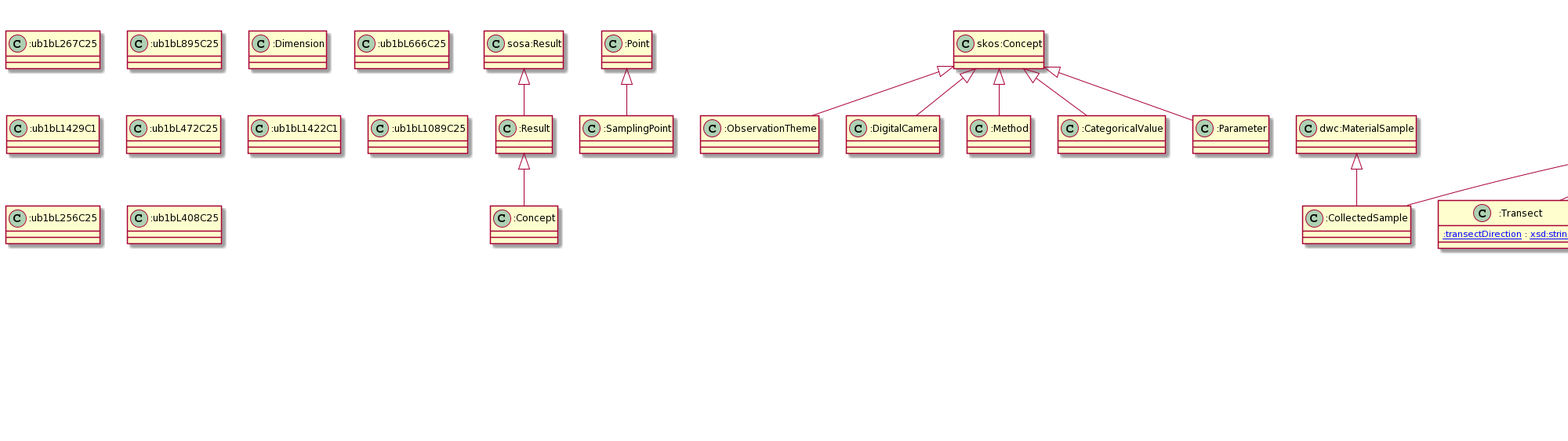
The PlantUML diagram docs/tern.ttl.txt.png in ternaustralia/ontology_tern, before a commit.
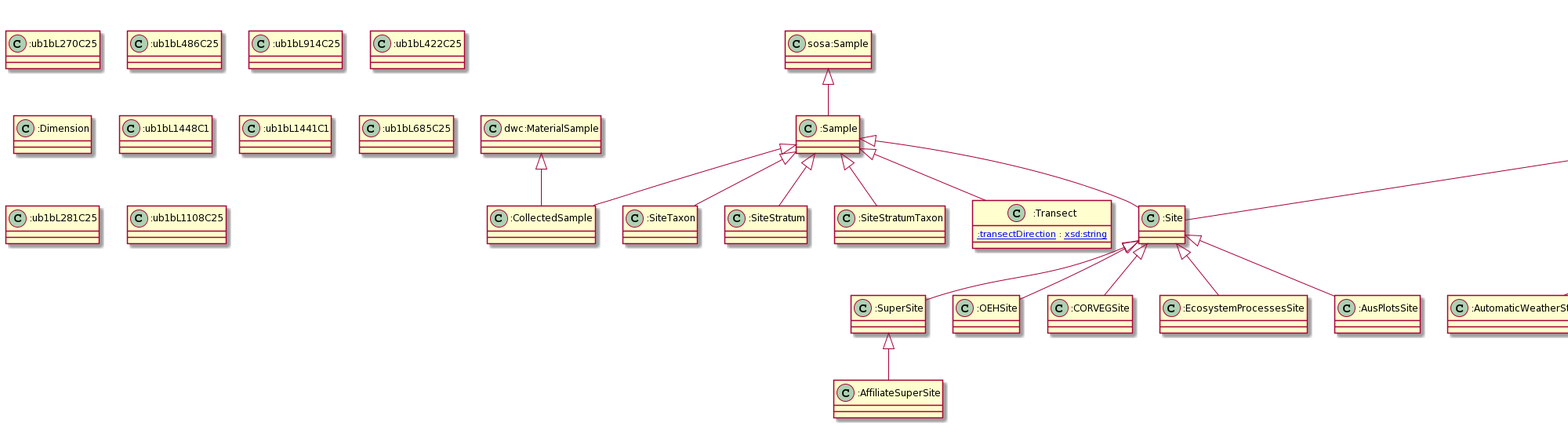
After the commit.

Commit message:
0.1.1 - Add tern:CosmOzStation

Change to the diagram source:
```diff
@@ -1,151 +1,157 @@
 @startuml
 title TERN Ontology
+":SuperSite" <|-- ":AffiliateSuperSite"
+":Observation" <|-- ":DerivedObservation"
+"skos:Concept" <|-- ":Method"
+"sosa:Sampling" <|-- ":Sampling"
+"prov:Activity" <|-- ":Sampling"
+"schema:PropertyValue" <|-- ":PropertyValue"
+":FixedPlatform" <|-- ":AutomaticWeatherStation"
+":Site" <|-- ":SuperSite"
+":Sample" <|-- ":CollectedSample"
+"dwc:MaterialSample" <|-- ":CollectedSample"
+":Platform" <|-- ":MobilePlatform"
+":Site" <|-- ":OEHSite"
+"sosa:FeatureOfInterest" <|-- ":EnvironmentalCharacteristic"
+":Platform" <|-- ":Site"
+":Sample" <|-- ":Site"
+"sosa:Sample" <|-- ":Sample"
+"skos:Concept" <|-- ":Parameter"
+":DerivedObservation" <|-- ":TERNDerivedObservation"
+":Result" <|-- ":Concept"
+":Site" <|-- ":CORVEGSite"
+"ssn:Input" <|-- ":Input"
+"sosa:Platform" <|-- ":Platform"
+"skos:Concept" <|-- ":CategoricalValue"
+"skos:Concept" <|-- ":ObservationTheme"
+":Site" <|-- ":EcosystemProcessesSite"
 "sosa:Result" <|-- ":Result"
 ":Point" <|-- ":SamplingPoint"
-"skos:Concept" <|-- ":ObservationTheme"
-"skos:Concept" <|-- ":DigitalCamera"
-":Site" <|-- ":AusPlotsSite"
-"sosa:ObservableProperty" <|-- ":ObservableProperty"
-"prov:Activity" <|-- ":Sampling"
-"sosa:Sampling" <|-- ":Sampling"
-"ssn:Input" <|-- ":Input"
-"sosa:Procedure" <|-- ":Procedure"
-":Sample" <|-- ":Transect"
-":Site" <|-- ":CORVEGSite"
-":Sample" <|-- ":SiteStratum"
-"sosa:Sampler" <|-- ":Sampler"
-"skos:Concept" <|-- ":Method"
-":Platform" <|-- ":MobilePlatform"
-":Result" <|-- ":Concept"
-"sosa:Platform" <|-- ":Platform"
-":Sampling" <|-- ":SoilSampling"
-":DerivedObservation" <|-- ":TERNDerivedObservation"
-":SuperSite" <|-- ":AffiliateSuperSite"
-":Site" <|-- ":OEHSite"
-":Site" <|-- ":EcosystemProcessesSite"
-":FixedPlatform" <|-- ":FluxTower"
-":Sample" <|-- ":CollectedSample"
-"dwc:MaterialSample" <|-- ":CollectedSample"
-"schema:PropertyValue" <|-- ":PropertyValue"
-"skos:Concept" <|-- ":CategoricalValue"
-"sosa:FeatureOfInterest" <|-- ":EnvironmentalCharacteristic"
-":Observation" <|-- ":DerivedObservation"
-":MobilePlatform" <|-- ":EarthObservationSatellite"
-":Sample" <|-- ":SiteStratumTaxon"
-":Site" <|-- ":SuperSite"
-":Platform" <|-- ":FixedPlatform"
-":FixedPlatform" <|-- ":AutomaticWeatherStation"
-":Platform" <|-- ":Site"
-":Sample" <|-- ":Site"
 "sosa:Observation" <|-- ":Observation"
 "prov:Activity" <|-- ":Observation"
-"skos:Concept" <|-- ":Parameter"
+":Sampling" <|-- ":SoilSampling"
+":Site" <|-- ":AusPlotsSite"
+":Sample" <|-- ":SiteTaxon"
+"skos:Concept" <|-- ":DigitalCamera"
+":MobilePlatform" <|-- ":EarthObservationSatellite"
+":FixedPlatform" <|-- ":CosmOzStation"
+"sosa:Sampler" <|-- ":Sampler"
+"sosa:Procedure" <|-- ":Procedure"
+":Platform" <|-- ":FixedPlatform"
+":FixedPlatform" <|-- ":Phenocam"
 "prov:Activity" <|-- ":SiteVisit"
-"sosa:Sample" <|-- ":Sample"
-":Sample" <|-- ":SiteTaxon"
-Class "dwc:MaterialSample" [[http://rs.tdwg.org/dwc/terms/MaterialSample]] {
+":Sample" <|-- ":SiteStratum"
+":FixedPlatform" <|-- ":FluxTower"
+":Sample" <|-- ":SiteStratumTaxon"
+":Sample" <|-- ":Transect"
+"sosa:ObservableProperty" <|-- ":ObservableProperty"
+Class ":AffiliateSuperSite" [[https://w3id.org/tern/ontologies/tern/AffiliateSuperSite]] {
+}
+Class ":DerivedObservation" [[https://w3id.org/tern/ontologies/tern/DerivedObservation]] {
+}
+Class ":Method" [[https://w3id.org/tern/ontologies/tern/Method]] {
+}
+Class ":Sampling" [[https://w3id.org/tern/ontologies/tern/Sampling]] {
+}
+Class ":PropertyValue" [[https://w3id.org/tern/ontologies/tern/PropertyValue]] {
+}
+Class ":AutomaticWeatherStation" [[https://w3id.org/tern/ontologies/tern/AutomaticWeatherStation]] {
+}
+Class ":SuperSite" [[https://w3id.org/tern/ontologies/tern/SuperSite]] {
+}
+Class ":ub1bL270C25" [[ub1bL270C25]] {
+}
+Class ":ub1bL486C25" [[ub1bL486C25]] {
+}
+Class ":CollectedSample" [[https://w3id.org/tern/ontologies/tern/CollectedSample]] {
+}
+Class ":MobilePlatform" [[https://w3id.org/tern/ontologies/tern/MobilePlatform]] {
+}
+Class ":ub1bL914C25" [[ub1bL914C25]] {
+}
+Class ":OEHSite" [[https://w3id.org/tern/ontologies/tern/OEHSite]] {
+}
+Class ":EnvironmentalCharacteristic" [[https://w3id.org/tern/ontologies/tern/EnvironmentalCharacteristic]] {
+}
+Class ":Site" [[https://w3id.org/tern/ontologies/tern/Site]] {
+}
+Class ":Sample" [[https://w3id.org/tern/ontologies/tern/Sample]] {
+}
+Class ":Parameter" [[https://w3id.org/tern/ontologies/tern/Parameter]] {
+}
+Class ":TERNDerivedObservation" [[https://w3id.org/tern/ontologies/tern/TERNDerivedObservation]] {
+}
+Class ":Concept" [[http://linked.data.gov.au/def/datatype/Concept]] {
+}
+Class ":CORVEGSite" [[https://w3id.org/tern/ontologies/tern/CORVEGSite]] {
+}
+Class ":Input" [[https://w3id.org/tern/ontologies/tern/Input]] {
+}
+Class ":Platform" [[https://w3id.org/tern/ontologies/tern/Platform]] {
+}
+Class ":CategoricalValue" [[https://w3id.org/tern/ontologies/tern/CategoricalValue]] {
+}
+Class ":ObservationTheme" [[https://w3id.org/tern/ontologies/tern/ObservationTheme]] {
+}
+Class ":EcosystemProcessesSite" [[https://w3id.org/tern/ontologies/tern/EcosystemProcessesSite]] {
 }
 Class ":Result" [[https://w3id.org/tern/ontologies/tern/Result]] {
 }
 Class ":SamplingPoint" [[https://w3id.org/tern/ontologies/tern/SamplingPoint]] {
 }
-Class ":ObservationTheme" [[https://w3id.org/tern/ontologies/tern/ObservationTheme]] {
+Class "dwc:MaterialSample" [[http://rs.tdwg.org/dwc/terms/MaterialSample]] {
+}
+Class ":ub1bL422C25" [[ub1bL422C25]] {
+}
+Class ":Dimension" [[https://w3id.org/tern/ontologies/tern/Dimension]] {
+}
+Class ":Observation" [[https://w3id.org/tern/ontologies/tern/Observation]] {
+}
+Class ":SoilSampling" [[https://w3id.org/tern/ontologies/tern/SoilSampling]] {
+}
+Class ":AusPlotsSite" [[https://w3id.org/tern/ontologies/tern/AusPlotsSite]] {
+}
+Class ":SiteTaxon" [[https://w3id.org/tern/ontologies/tern/SiteTaxon]] {
 }
 Class ":DigitalCamera" [[https://w3id.org/tern/ontologies/tern/DigitalCamera]] {
 }
-Class ":ub1bL267C25" [[ub1bL267C25]] {
+Class ":EarthObservationSatellite" [[https://w3id.org/tern/ontologies/tern/EarthObservationSatellite]] {
 }
-Class ":AusPlotsSite" [[https://w3id.org/tern/ontologies/tern/AusPlotsSite]] {
+Class ":ub1bL1448C1" [[ub1bL1448C1]] {
 }
-Class ":ObservableProperty" [[https://w3id.org/tern/ontologies/tern/ObservableProperty]] {
+Class ":CosmOzStation" [[https://w3id.org/tern/ontologies/tern/CosmOzStation]] {
 }
-Class ":Sampling" [[https://w3id.org/tern/ontologies/tern/Sampling]] {
-}
-Class ":Input" [[https://w3id.org/tern/ontologies/tern/Input]] {
+Class ":Sampler" [[https://w3id.org/tern/ontologies/tern/Sampler]] {
 }
 Class ":Procedure" [[https://w3id.org/tern/ontologies/tern/Procedure]] {
+}
+Class ":FixedPlatform" [[https://w3id.org/tern/ontologies/tern/FixedPlatform]] {
+}
+Class ":Phenocam" [[https://w3id.org/tern/ontologies/tern/Phenocam]] {
+}
+Class ":ub1bL1441C1" [[ub1bL1441C1]] {
+}
+Class ":ub1bL685C25" [[ub1bL685C25]] {
+}
+Class ":SiteVisit" [[https://w3id.org/tern/ontologies/tern/SiteVisit]] {
+}
+Class ":SiteStratum" [[https://w3id.org/tern/ontologies/tern/SiteStratum]] {
+}
+Class ":FluxTower" [[https://w3id.org/tern/ontologies/tern/FluxTower]] {
+}
+Class ":SiteStratumTaxon" [[https://w3id.org/tern/ontologies/tern/SiteStratumTaxon]] {
 }
 Class ":Transect" [[https://w3id.org/tern/ontologies/tern/Transect]] {
 [[https://w3id.org/tern/ontologies/tern/transectDirection :transectDirection]] : [[http://www.w3.org/2001/XMLSchema#string xsd:string]]
 }
-Class ":CORVEGSite" [[https://w3id.org/tern/ontologies/tern/CORVEGSite]] {
+Class ":ObservableProperty" [[https://w3id.org/tern/ontologies/tern/ObservableProperty]] {
 }
-Class ":SiteStratum" [[https://w3id.org/tern/ontologies/tern/SiteStratum]] {
+Class ":ub1bL281C25" [[ub1bL281C25]] {
 }
-Class ":Sampler" [[https://w3id.org/tern/ontologies/tern/Sampler]] {
-}
-Class ":ub1bL895C25" [[ub1bL895C25]] {
-}
-Class ":Method" [[https://w3id.org/tern/ontologies/tern/Method]] {
-}
-Class ":MobilePlatform" [[https://w3id.org/tern/ontologies/tern/MobilePlatform]] {
-}
-Class ":Concept" [[http://linked.data.gov.au/def/datatype/Concept]] {
-}
-Class ":Platform" [[https://w3id.org/tern/ontologies/tern/Platform]] {
-}
-Class ":SoilSampling" [[https://w3id.org/tern/ontologies/tern/SoilSampling]] {
-}
-Class ":Dimension" [[https://w3id.org/tern/ontologies/tern/Dimension]] {
-}
-Class ":TERNDerivedObservation" [[https://w3id.org/tern/ontologies/tern/TERNDerivedObservation]] {
-}
-Class ":ub1bL666C25" [[ub1bL666C25]] {
-}
-Class ":AffiliateSuperSite" [[https://w3id.org/tern/ontologies/tern/AffiliateSuperSite]] {
-}
-Class ":OEHSite" [[https://w3id.org/tern/ontologies/tern/OEHSite]] {
-}
-Class ":ub1bL1429C1" [[ub1bL1429C1]] {
-}
-Class ":ub1bL472C25" [[ub1bL472C25]] {
-}
-Class ":EcosystemProcessesSite" [[https://w3id.org/tern/ontologies/tern/EcosystemProcessesSite]] {
-}
-Class ":FluxTower" [[https://w3id.org/tern/ontologies/tern/FluxTower]] {
-}
-Class ":CollectedSample" [[https://w3id.org/tern/ontologies/tern/CollectedSample]] {
-}
-Class ":PropertyValue" [[https://w3id.org/tern/ontologies/tern/PropertyValue]] {
-}
-Class ":CategoricalValue" [[https://w3id.org/tern/ontologies/tern/CategoricalValue]] {
-}
-Class ":ub1bL1422C1" [[ub1bL1422C1]] {
-}
-Class ":ub1bL1089C25" [[ub1bL1089C25]] {
-}
-Class ":EnvironmentalCharacteristic" [[https://w3id.org/tern/ontologies/tern/EnvironmentalCharacteristic]] {
-}
-Class ":DerivedObservation" [[https://w3id.org/tern/ontologies/tern/DerivedObservation]] {
-}
-Class ":EarthObservationSatellite" [[https://w3id.org/tern/ontologies/tern/EarthObservationSatellite]] {
-}
-Class ":SiteStratumTaxon" [[https://w3id.org/tern/ontologies/tern/SiteStratumTaxon]] {
-}
-Class ":SuperSite" [[https://w3id.org/tern/ontologies/tern/SuperSite]] {
-}
-Class ":FixedPlatform" [[https://w3id.org/tern/ontologies/tern/FixedPlatform]] {
-}
-Class ":AutomaticWeatherStation" [[https://w3id.org/tern/ontologies/tern/AutomaticWeatherStation]] {
-}
-Class ":ub1bL256C25" [[ub1bL256C25]] {
-}
-Class ":ub1bL408C25" [[ub1bL408C25]] {
-}
-Class ":Site" [[https://w3id.org/tern/ontologies/tern/Site]] {
-}
-Class ":Observation" [[https://w3id.org/tern/ontologies/tern/Observation]] {
-}
-Class ":Parameter" [[https://w3id.org/tern/ontologies/tern/Parameter]] {
-}
-Class ":SiteVisit" [[https://w3id.org/tern/ontologies/tern/SiteVisit]] {
-}
-Class ":Sample" [[https://w3id.org/tern/ontologies/tern/Sample]] {
-}
-Class ":SiteTaxon" [[https://w3id.org/tern/ontologies/tern/SiteTaxon]] {
+Class ":ub1bL1108C25" [[ub1bL1108C25]] {
 }
 header
-Creator: Edmond Chuc (e.chuc@uq.edu.au)
+Creator: Simon J.D.Cox (simon.cox@csiro.au)
 endheader
 center footer Generated by [[https://github.com/edmondchuc/ontogram https://github.com/edmondchuc/ontogram]]
 @enduml
```
